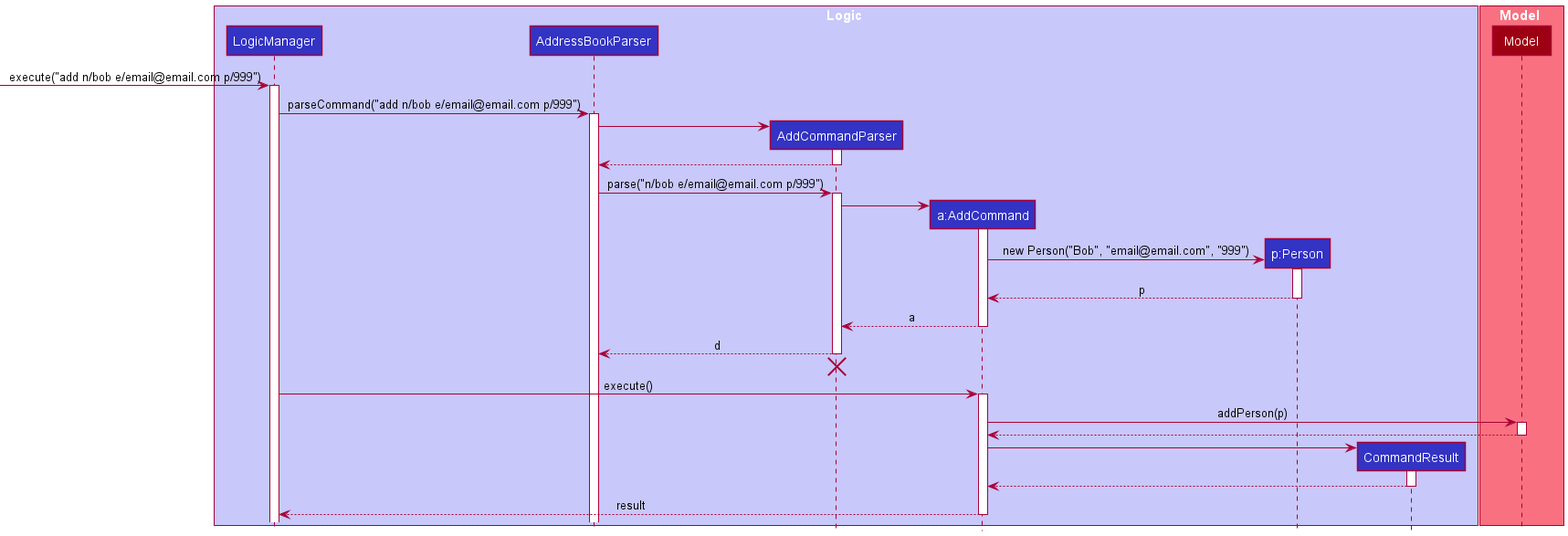
Before: docs/images/AddSequenceDiagram.png, a diagram exported from PlantUML (pranav-ganesh/tp).
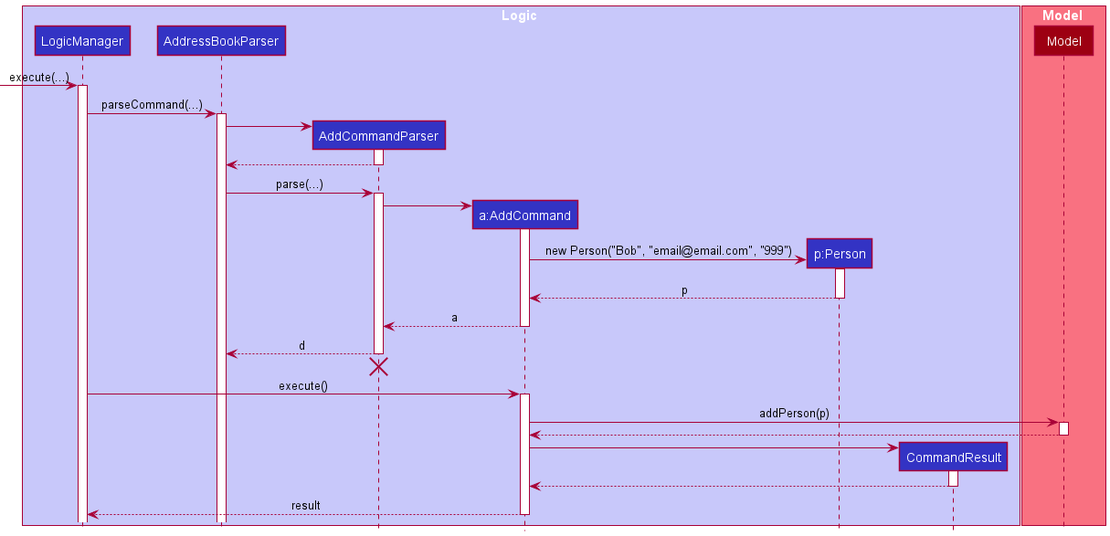
After the commit.

Commit message:
Shorten the command of the add command sequence diagram

What changed in the source:
```diff
@@ -14,10 +14,10 @@
 participant Model MODEL_COLOR
 end box
 
--> LogicManager : execute("add n/bob e/email@email.com p/999")
+-> LogicManager : execute(...)
 activate LogicManager
 
-LogicManager -> AddressBookParser : parseCommand("add n/bob e/email@email.com p/999")
+LogicManager -> AddressBookParser : parseCommand(...)
 activate AddressBookParser
 
 create AddCommandParser
@@ -25,7 +25,7 @@
 activate AddCommandParser
 return
 
-AddressBookParser -> AddCommandParser : parse("n/bob e/email@email.com p/999")
+AddressBookParser -> AddCommandParser : parse(...)
 activate AddCommandParser
 
 create AddCommand
```
